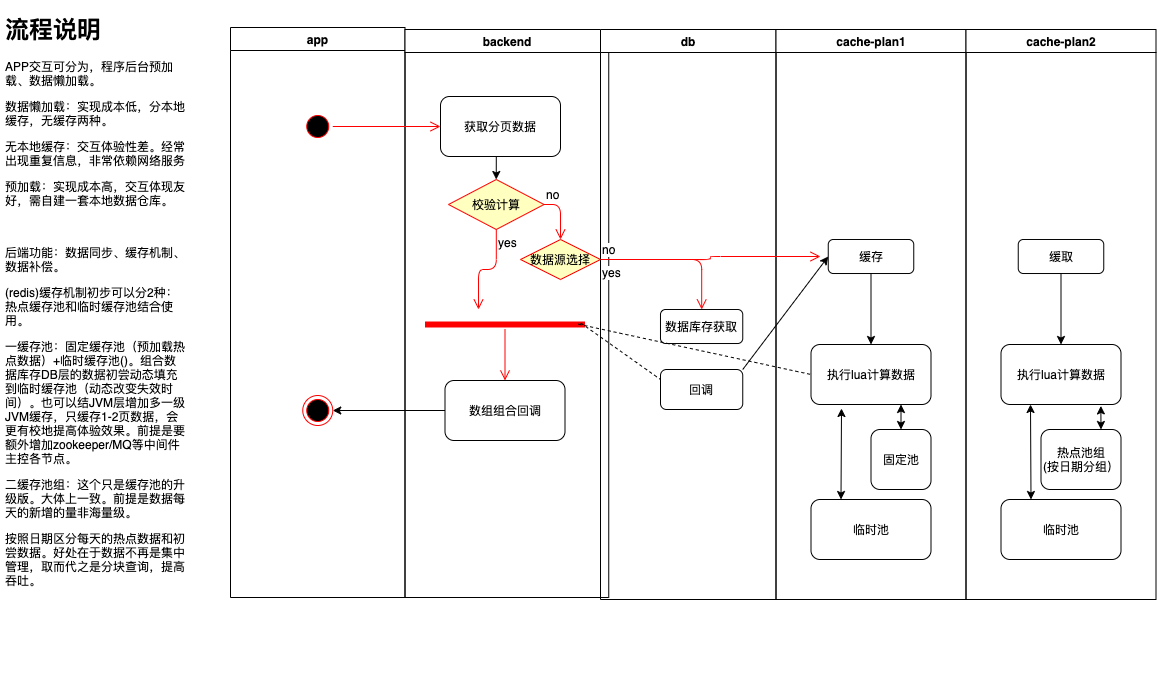
Earlier version of the draw.io export other/APP端爱卡数据交互流程-粗略版.png (CheukBinLi/draw). Source tidied: cells renumbered, new cells last; positions are measured from the earlier drawing's top-left corner, leaving out a move shared by most shapes.
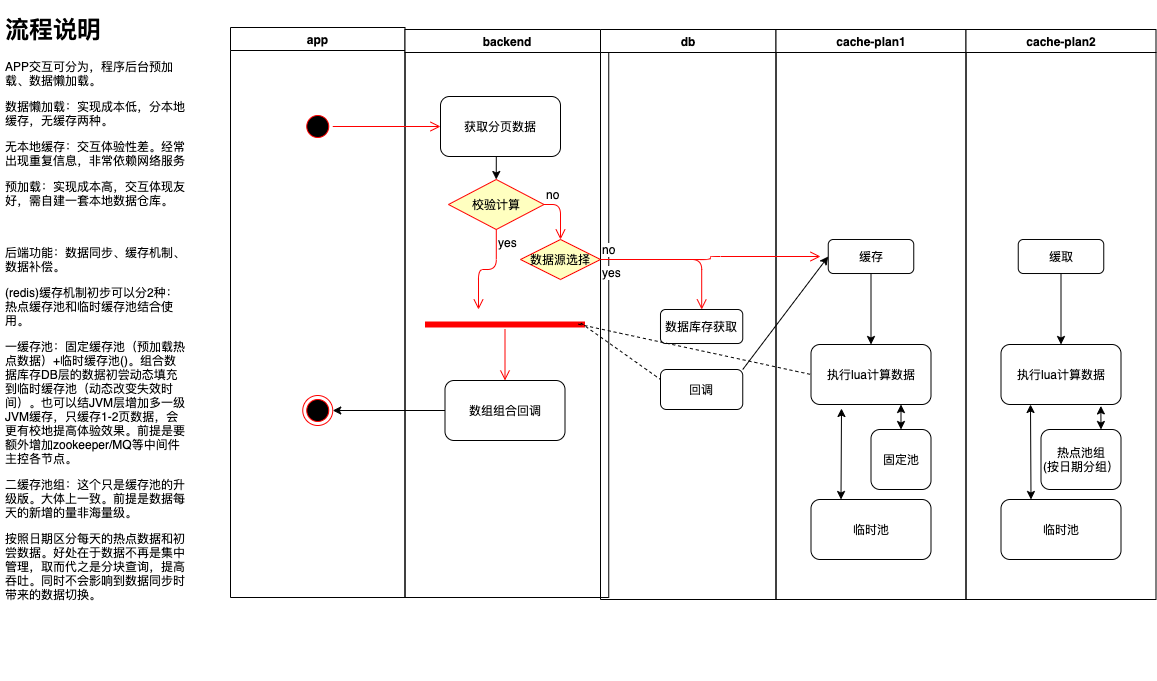
Later version of the same file.

Commit message:
Update APP端爱卡数据交互流程-粗略版.png

Diff of the diagram source:
```diff
@@ -127,7 +127,7 @@
     <mxCell id="40" style="edgeStyle=orthogonalEdgeStyle;rounded=0;jettySize=auto;html=1;exitX=0;exitY=0.5;exitDx=0;exitDy=0;entryX=1;entryY=0.5;entryDx=0;entryDy=0;" parent="1" edge="1" source="8" target="4">
       <mxGeometry relative="1" as="geometry" />
     </mxCell>
-    <mxCell id="41" value="&lt;h1&gt;流程说明&lt;/h1&gt;&lt;p&gt;APP交互可分为，程序后台预加载、数据懒加载。&lt;/p&gt;&lt;p&gt;数据懒加载：实现成本低，分本地缓存，无缓存两种。&lt;/p&gt;&lt;p&gt;无本地缓存：交互体验性差。经常出现重复信息，非常依赖网络服务&lt;br&gt;&lt;/p&gt;&lt;p&gt;预加载：实现成本高，交互体现友好，需自建一套本地数据仓库。&lt;/p&gt;&lt;p&gt;&lt;br&gt;&lt;/p&gt;&lt;p&gt;后端功能：数据同步、缓存机制、数据补偿。&lt;/p&gt;&lt;p&gt;(redis)缓存机制初步可以分2种：热点缓存池和临时缓存池结合使用。&lt;/p&gt;&lt;p&gt;一缓存池：固定缓存池（预加载热点数据）+临时缓存池()。组合数据库存DB层的数据初尝动态填充到临时缓存池（动态改变失效时间）。也可以结JVM层增加多一级JVM缓存，只缓存1-2页数据，会更有校地提高体验效果。前提是要额外增加zookeeper/MQ等中间件主控各节点。&lt;/p&gt;&lt;p&gt;二缓存池组：这个只是缓存池的升级版。大体上一致。前提是数据每天的新增的量非海量级。&lt;/p&gt;&lt;p&gt;按照日期区分每天的热点数据和初尝数据。好处在于数据不再是集中管理，取而代之是分块查询，提高吞吐。&lt;/p&gt;" style="text;html=1;strokeColor=none;fillColor=none;spacing=5;spacingTop=-20;whiteSpace=wrap;overflow=hidden;rounded=0;" parent="1" vertex="1">
+    <mxCell id="41" value="&lt;h1&gt;流程说明&lt;/h1&gt;&lt;p&gt;APP交互可分为，程序后台预加载、数据懒加载。&lt;/p&gt;&lt;p&gt;数据懒加载：实现成本低，分本地缓存，无缓存两种。&lt;/p&gt;&lt;p&gt;无本地缓存：交互体验性差。经常出现重复信息，非常依赖网络服务&lt;br&gt;&lt;/p&gt;&lt;p&gt;预加载：实现成本高，交互体现友好，需自建一套本地数据仓库。&lt;/p&gt;&lt;p&gt;&lt;br&gt;&lt;/p&gt;&lt;p&gt;后端功能：数据同步、缓存机制、数据补偿。&lt;/p&gt;&lt;p&gt;(redis)缓存机制初步可以分2种：热点缓存池和临时缓存池结合使用。&lt;/p&gt;&lt;p&gt;一缓存池：固定缓存池（预加载热点数据）+临时缓存池()。组合数据库存DB层的数据初尝动态填充到临时缓存池（动态改变失效时间）。也可以结JVM层增加多一级JVM缓存，只缓存1-2页数据，会更有校地提高体验效果。前提是要额外增加zookeeper/MQ等中间件主控各节点。&lt;/p&gt;&lt;p&gt;二缓存池组：这个只是缓存池的升级版。大体上一致。前提是数据每天的新增的量非海量级。&lt;/p&gt;&lt;p&gt;按照日期区分每天的热点数据和初尝数据。好处在于数据不再是集中管理，取而代之是分块查询，提高吞吐。同时不会影响到数据同步时带来的数据切换。&lt;/p&gt;" style="text;html=1;strokeColor=none;fillColor=none;spacing=5;spacingTop=-20;whiteSpace=wrap;overflow=hidden;rounded=0;" parent="1" vertex="1">
       <mxGeometry width="190" height="670" as="geometry" />
     </mxCell>
   </root>
```
